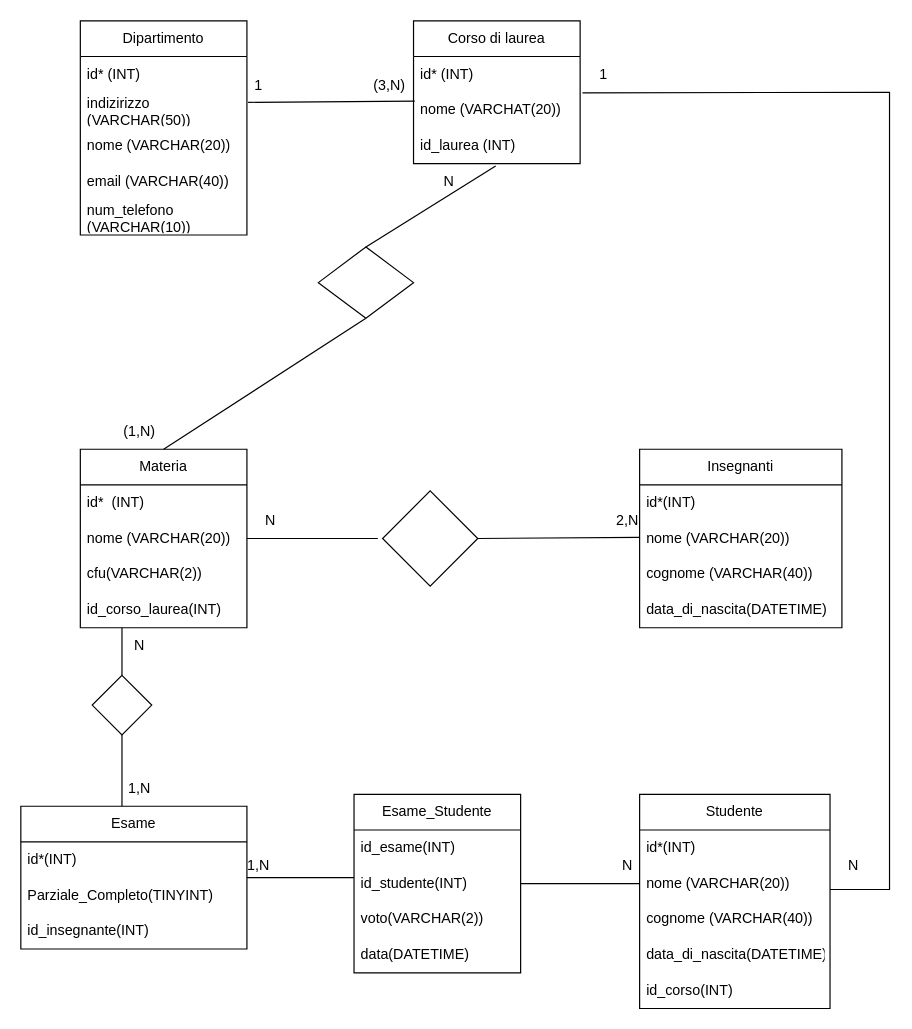
The draw.io diagram university.drawio in AlessandroGattuso/db-university, before the edit. Source tidied: cells renumbered, new cells numbered last; positions are measured from the earlier drawing's top-left corner, leaving out a move shared by most shapes. Both pictures are drawn from the tidied source at 119%, with x=0, y=0 at pixel (20, 20).
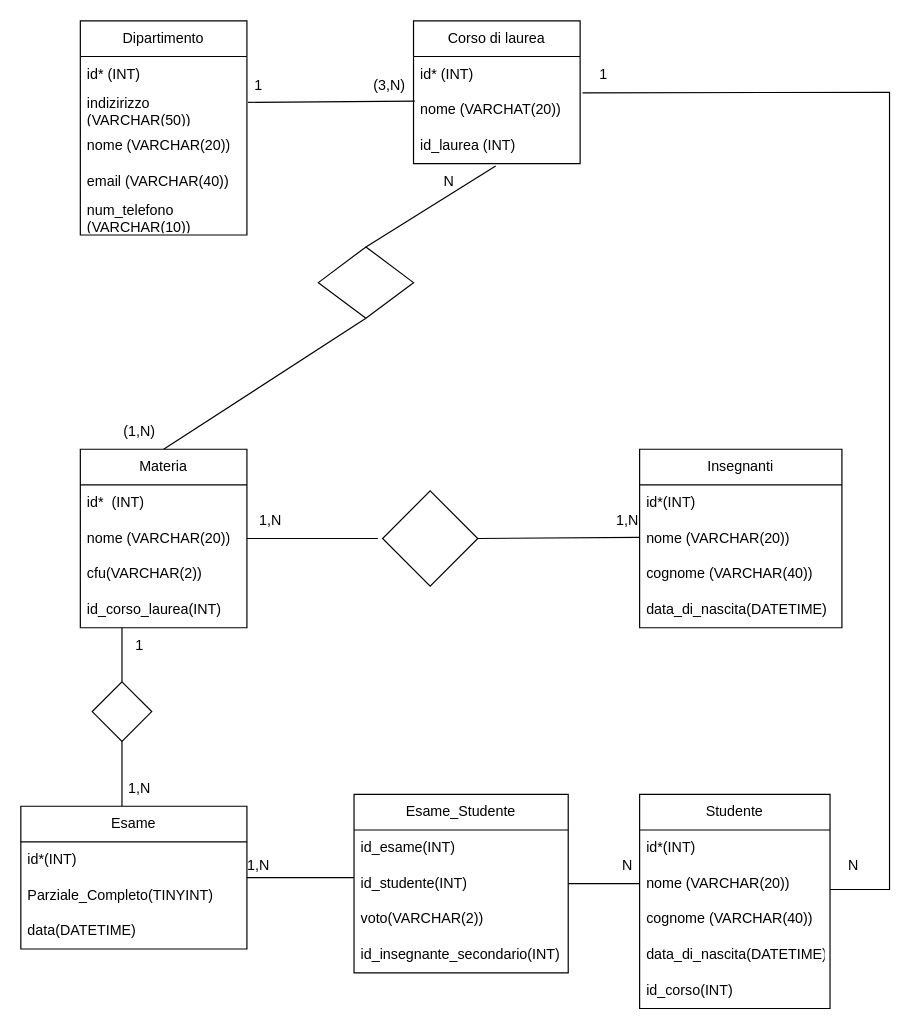
The same diagram, later.

Commit message (it also covers changes not shown here):
modified cardinality teachers

The change refers to these unchanged cells:
```xml
<mxCell id="33" value="Esame" style="swimlane;fontStyle=0;horizontal=1;startSize=30;whiteSpace=wrap;html=1;" parent="1" vertex="1">
  <mxGeometry y="660" width="190" height="120" as="geometry" />
</mxCell>
```

The edit, as a diff of the source:
```diff
@@
-    <mxCell id="29" value="N" style="text;html=1;strokeColor=none;fillColor=none;align=center;verticalAlign=middle;whiteSpace=wrap;rounded=0;" parent="1" vertex="1">
+    <mxCell id="29" value="1,N" style="text;html=1;strokeColor=none;fillColor=none;align=center;verticalAlign=middle;whiteSpace=wrap;rounded=0;" parent="1" vertex="1">
       <mxGeometry x="180" y="405" width="60" height="30" as="geometry" />
     </mxCell>
-    <mxCell id="30" value="2,N" style="text;html=1;strokeColor=none;fillColor=none;align=center;verticalAlign=middle;whiteSpace=wrap;rounded=0;" parent="1" vertex="1">
+    <mxCell id="30" value="1,N" style="text;html=1;strokeColor=none;fillColor=none;align=center;verticalAlign=middle;whiteSpace=wrap;rounded=0;" parent="1" vertex="1">
       <mxGeometry x="480" y="405" width="60" height="30" as="geometry" />
     </mxCell>
@@
-    <mxCell id="36" value="id_insegnante(INT)" style="text;strokeColor=none;fillColor=none;align=left;verticalAlign=middle;spacingLeft=4;spacingRight=4;overflow=hidden;whiteSpace=wrap;html=1;" parent="33" vertex="1">
+    <mxCell id="36" value="data(DATETIME)" style="text;strokeColor=none;fillColor=none;align=left;verticalAlign=middle;spacingLeft=4;spacingRight=4;overflow=hidden;whiteSpace=wrap;html=1;" parent="33" vertex="1">
       <mxGeometry y="90" width="190" height="30" as="geometry" />
     </mxCell>
@@
     <mxCell id="45" value="Esame_Studente" style="swimlane;fontStyle=0;horizontal=1;startSize=30;whiteSpace=wrap;html=1;" parent="1" vertex="1">
-      <mxGeometry x="280" y="650" width="140" height="150" as="geometry" />
+      <mxGeometry x="280" y="650" width="180" height="150" as="geometry" />
     </mxCell>
     <mxCell id="46" value="id_esame(INT)" style="text;strokeColor=none;fillColor=none;align=left;verticalAlign=middle;spacingLeft=4;spacingRight=4;overflow=hidden;whiteSpace=wrap;html=1;" parent="45" vertex="1">
-      <mxGeometry y="30" width="140" height="30" as="geometry" />
+      <mxGeometry y="30" width="180" height="30" as="geometry" />
     </mxCell>
     <mxCell id="47" value="id_studente(INT)" style="text;strokeColor=none;fillColor=none;align=left;verticalAlign=middle;spacingLeft=4;spacingRight=4;overflow=hidden;points=[[0,0.5],[1,0.5]];portConstraint=eastwest;whiteSpace=wrap;html=1;" parent="45" vertex="1">
-      <mxGeometry y="60" width="140" height="30" as="geometry" />
+      <mxGeometry y="60" width="180" height="30" as="geometry" />
     </mxCell>
     <mxCell id="48" value="voto(VARCHAR(2))" style="text;strokeColor=none;fillColor=none;align=left;verticalAlign=middle;spacingLeft=4;spacingRight=4;overflow=hidden;whiteSpace=wrap;html=1;" parent="45" vertex="1">
-      <mxGeometry y="90" width="140" height="30" as="geometry" />
+      <mxGeometry y="90" width="180" height="30" as="geometry" />
     </mxCell>
-    <mxCell id="49" value="data(DATETIME)" style="text;strokeColor=none;fillColor=none;align=left;verticalAlign=middle;spacingLeft=4;spacingRight=4;overflow=hidden;whiteSpace=wrap;html=1;" parent="45" vertex="1">
-      <mxGeometry y="120" width="140" height="30" as="geometry" />
+    <mxCell id="49" value="id_insegnante_secondario(INT)" style="text;strokeColor=none;fillColor=none;align=left;verticalAlign=middle;spacingLeft=4;spacingRight=4;overflow=hidden;whiteSpace=wrap;html=1;" parent="45" vertex="1">
+      <mxGeometry y="120" width="180" height="30" as="geometry" />
     </mxCell>
@@
-    <mxCell id="53" value="N" style="text;html=1;strokeColor=none;fillColor=none;align=center;verticalAlign=middle;whiteSpace=wrap;rounded=0;" parent="1" vertex="1">
+    <mxCell id="53" value="1" style="text;html=1;strokeColor=none;fillColor=none;align=center;verticalAlign=middle;whiteSpace=wrap;rounded=0;" parent="1" vertex="1">
       <mxGeometry x="70" y="510" width="60" height="30" as="geometry" />
     </mxCell>
@@
     <mxCell id="60" style="rhombus;whiteSpace=wrap;html=1;" parent="1" vertex="1">
-      <mxGeometry x="60" y="550" width="50" height="50" as="geometry" />
+      <mxGeometry x="60" y="555.5" width="50" height="50" as="geometry" />
     </mxCell>
```
